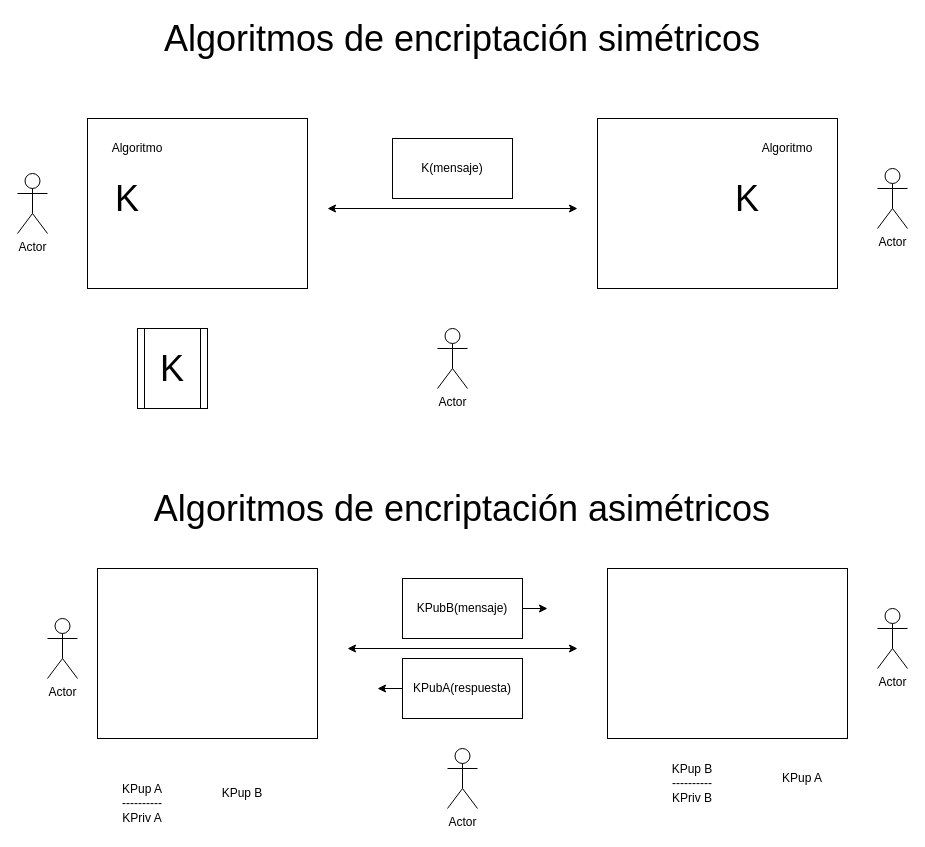
Above: page "Página-7" (7 of 18) of dibujos.drawio in lrag/seguridad_java (draw.io), before the change. Source tidied: cells renumbered, new cells numbered last; positions are measured from the earlier drawing's top-left corner, leaving out a move shared by most shapes. Both pictures are drawn from the tidied source at 100%, with x=0, y=0 at pixel (17, 28).
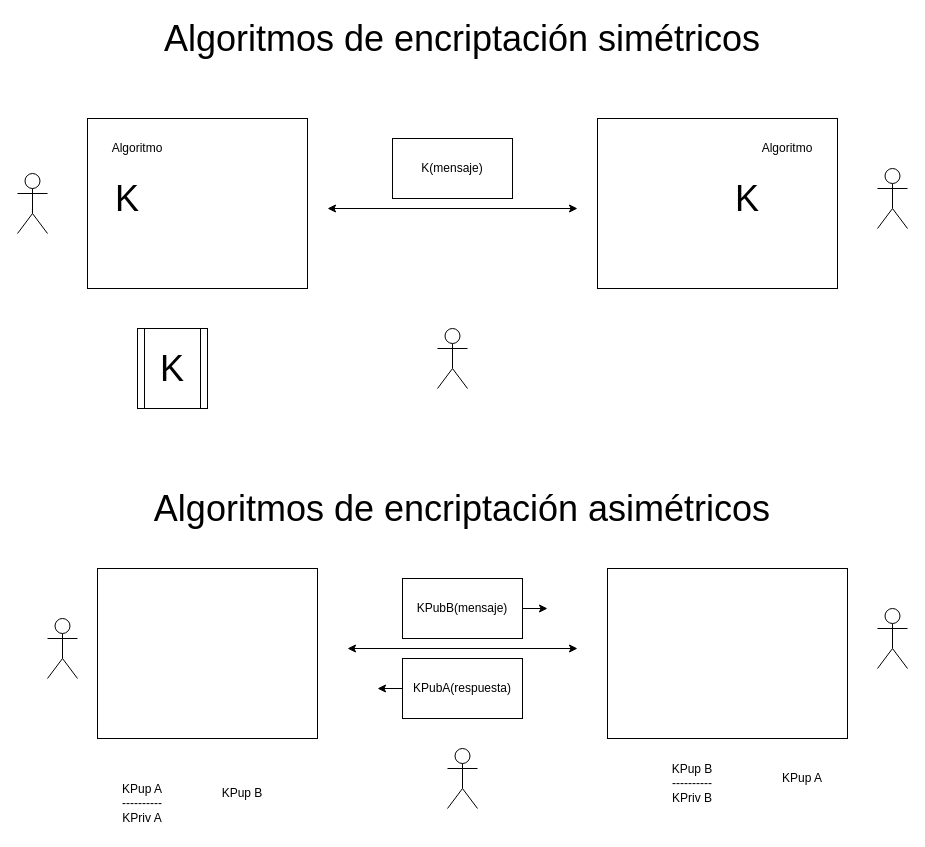
The same page after the edit.

The edit, as a diff of the source:
```diff
@@
-    <mxCell id="4" value="Actor" style="shape=umlActor;verticalLabelPosition=bottom;verticalAlign=top;html=1;" parent="1" vertex="1">
+    <mxCell id="4" style="shape=umlActor;verticalLabelPosition=bottom;verticalAlign=top;html=1;" parent="1" vertex="1">
       <mxGeometry x="420" y="300" width="30" height="60" as="geometry" />
     </mxCell>
-    <mxCell id="5" value="Actor" style="shape=umlActor;verticalLabelPosition=bottom;verticalAlign=top;html=1;" parent="1" vertex="1">
+    <mxCell id="5" style="shape=umlActor;verticalLabelPosition=bottom;verticalAlign=top;html=1;" parent="1" vertex="1">
       <mxGeometry y="145" width="30" height="60" as="geometry" />
     </mxCell>
-    <mxCell id="6" value="Actor" style="shape=umlActor;verticalLabelPosition=bottom;verticalAlign=top;html=1;" parent="1" vertex="1">
+    <mxCell id="6" style="shape=umlActor;verticalLabelPosition=bottom;verticalAlign=top;html=1;" parent="1" vertex="1">
       <mxGeometry x="860" y="140" width="30" height="60" as="geometry" />
     </mxCell>
@@
-    <mxCell id="23" value="Actor" style="shape=umlActor;verticalLabelPosition=bottom;verticalAlign=top;html=1;" parent="1" vertex="1">
+    <mxCell id="23" style="shape=umlActor;verticalLabelPosition=bottom;verticalAlign=top;html=1;" parent="1" vertex="1">
       <mxGeometry x="30" y="590" width="30" height="60" as="geometry" />
     </mxCell>
-    <mxCell id="24" value="Actor" style="shape=umlActor;verticalLabelPosition=bottom;verticalAlign=top;html=1;" parent="1" vertex="1">
+    <mxCell id="24" style="shape=umlActor;verticalLabelPosition=bottom;verticalAlign=top;html=1;" parent="1" vertex="1">
       <mxGeometry x="860" y="580" width="30" height="60" as="geometry" />
     </mxCell>
-    <mxCell id="25" value="Actor" style="shape=umlActor;verticalLabelPosition=bottom;verticalAlign=top;html=1;" parent="1" vertex="1">
+    <mxCell id="25" style="shape=umlActor;verticalLabelPosition=bottom;verticalAlign=top;html=1;" parent="1" vertex="1">
       <mxGeometry x="430" y="720" width="30" height="60" as="geometry" />
     </mxCell>
```
